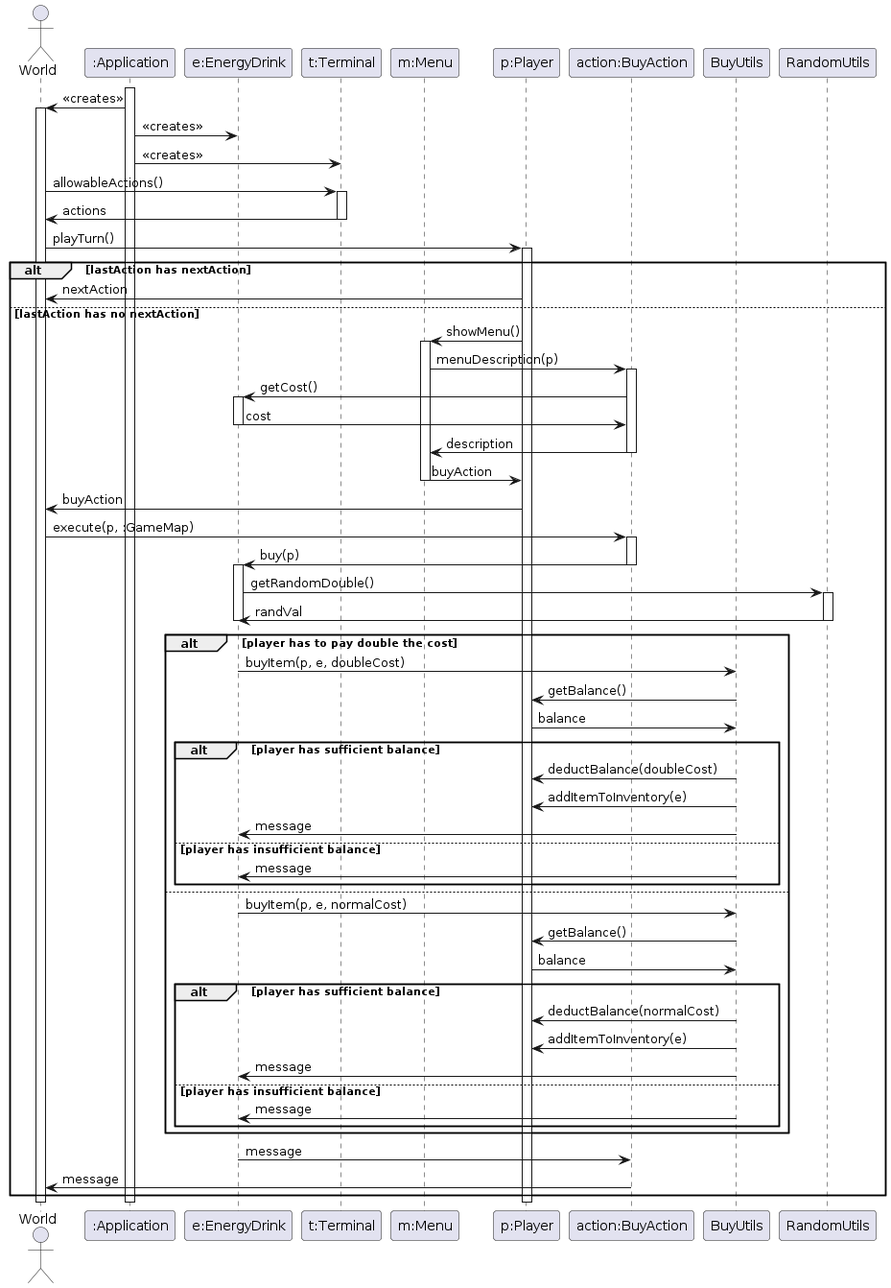
Earlier version of the PlantUML export docs/design/assignment2/req04_uml_seq.png (BryanChow0112/StaticFactory). The source it was exported from:
```plantuml
@startuml
actor World
participant ":Application"
participant "e:EnergyDrink"
participant "t:Terminal"
participant "m:Menu"
participant "p:Player"
participant "action:BuyAction"
participant BuyUtils
participant RandomUtils

activate ":Application"
":Application" -> World: <<creates>>
activate World

":Application" -> "e:EnergyDrink": <<creates>>
":Application" -> "t:Terminal": <<creates>>

World -> "t:Terminal": allowableActions()
activate "t:Terminal"
"t:Terminal" -> World: actions
deactivate "t:Terminal"

World -> "p:Player": playTurn()
activate "p:Player"

alt lastAction has nextAction
  "p:Player" -> World: nextAction
else lastAction has no nextAction
  "p:Player" -> "m:Menu": showMenu()
  activate "m:Menu"
  "m:Menu" -> "action:BuyAction": menuDescription(p)
  activate "action:BuyAction"
  "action:BuyAction" -> "e:EnergyDrink": getCost()
  activate "e:EnergyDrink"
  "e:EnergyDrink" -> "action:BuyAction": cost
  deactivate "e:EnergyDrink"
  "action:BuyAction" -> "m:Menu": description
  deactivate "action:BuyAction"
  "m:Menu" -> "p:Player": buyAction
  deactivate "m:Menu"
  "p:Player" -> World: buyAction
  World -> "action:BuyAction": execute(p, :GameMap)
  activate "action:BuyAction"
  "action:BuyAction" -> "e:EnergyDrink": buy(p)
  deactivate "action:BuyAction"
  activate "e:EnergyDrink"
  "e:EnergyDrink" -> RandomUtils: getRandomDouble()
  activate RandomUtils
  RandomUtils -> "e:EnergyDrink": randVal
  deactivate "e:EnergyDrink"
  deactivate RandomUtils
  alt player has to pay double the cost
    "e:EnergyDrink" -> BuyUtils: buyItem(p, e, doubleCost)
    BuyUtils -> "p:Player": getBalance()
    "p:Player" -> BuyUtils: balance
    alt player has sufficient balance
      BuyUtils -> "p:Player": deductBalance(doubleCost)
      BuyUtils -> "p:Player": addItemToInventory(e)
      BuyUtils -> "e:EnergyDrink": message
    else player has insufficient balance
      BuyUtils -> "e:EnergyDrink": message
    end
  else
    "e:EnergyDrink" -> BuyUtils: buyItem(p, e, normalCost)
    BuyUtils -> "p:Player": getBalance()
    "p:Player" -> BuyUtils: balance
    alt player has sufficient balance
      BuyUtils -> "p:Player": deductBalance(normalCost)
      BuyUtils -> "p:Player": addItemToInventory(e)
      BuyUtils -> "e:EnergyDrink": message
    else player has insufficient balance
      BuyUtils -> "e:EnergyDrink": message
    end
  end
  "e:EnergyDrink" -> "action:BuyAction": message
  "action:BuyAction" -> World: message
end

deactivate "p:Player"
deactivate World
deactivate ":Application"
@enduml
```
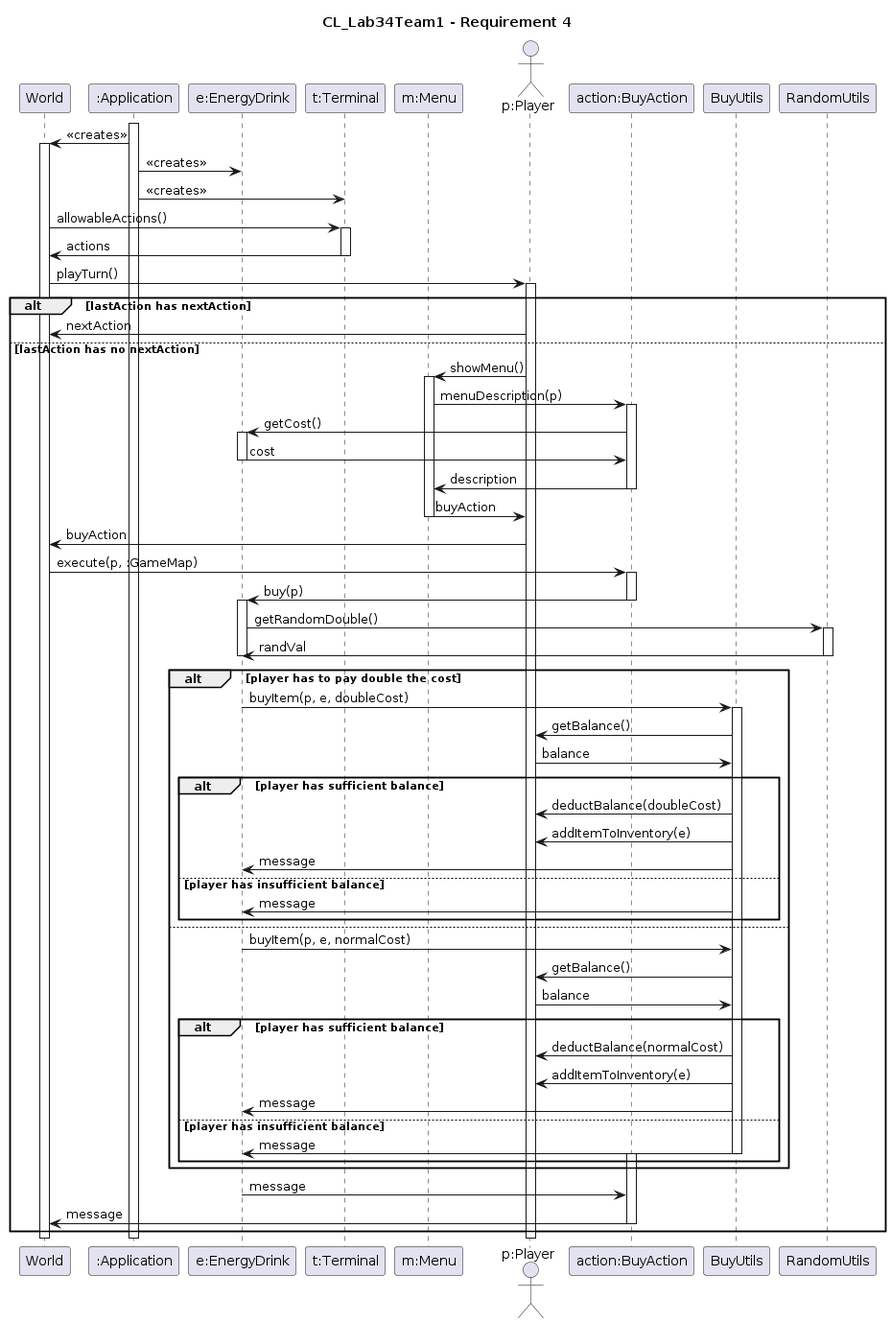
The same diagram one commit later.

Commit message:
lachlanmacphee: update actor and blocks for req4 sequence diagram

Change to the diagram source:
```diff
@@ -1,10 +1,12 @@
 @startuml
-actor World
+title CL_Lab34Team1 - Requirement 4
+
+participant World
 participant ":Application"
 participant "e:EnergyDrink"
 participant "t:Terminal"
 participant "m:Menu"
-participant "p:Player"
+actor "p:Player"
 participant "action:BuyAction"
 participant BuyUtils
 participant RandomUtils
@@ -52,6 +54,7 @@
   deactivate RandomUtils
   alt player has to pay double the cost
     "e:EnergyDrink" -> BuyUtils: buyItem(p, e, doubleCost)
+    activate BuyUtils
     BuyUtils -> "p:Player": getBalance()
     "p:Player" -> BuyUtils: balance
     alt player has sufficient balance
@@ -61,6 +64,7 @@
     else player has insufficient balance
       BuyUtils -> "e:EnergyDrink": message
     end
+
   else
     "e:EnergyDrink" -> BuyUtils: buyItem(p, e, normalCost)
     BuyUtils -> "p:Player": getBalance()
@@ -71,10 +75,13 @@
       BuyUtils -> "e:EnergyDrink": message
     else player has insufficient balance
       BuyUtils -> "e:EnergyDrink": message
+      deactivate BuyUtils
+      activate "action:BuyAction"
     end
   end
   "e:EnergyDrink" -> "action:BuyAction": message
   "action:BuyAction" -> World: message
+  deactivate "action:BuyAction"
 end
 
 deactivate "p:Player"
```
